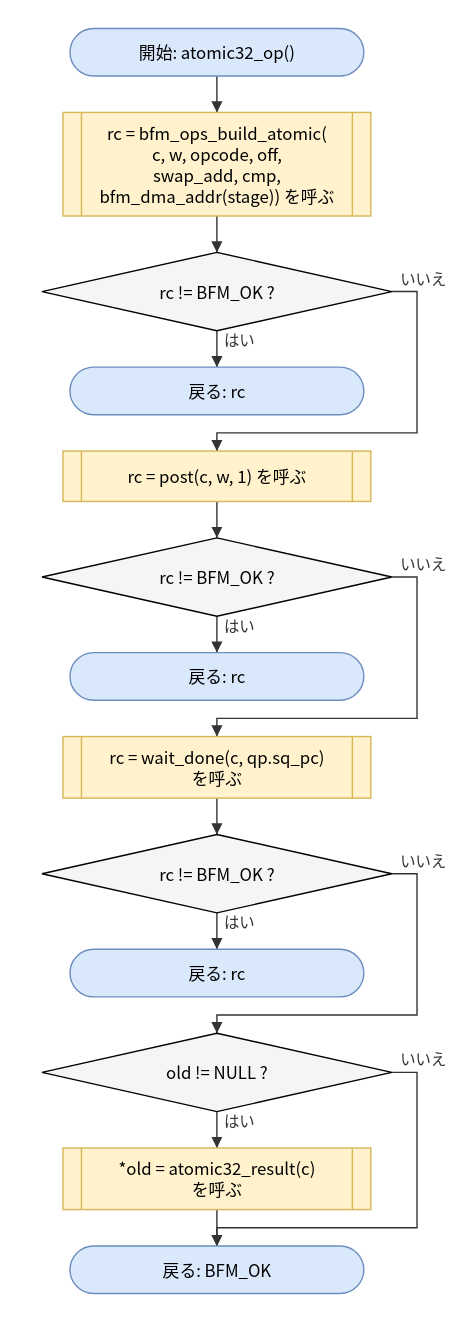
Earlier version of the draw.io export doc/spec/images/flow_src_bfm_ops-atomic32_op.drawio.svg (hf355051012-ai/bfmem). Source tidied: cells renumbered, new cells last; positions are measured from the earlier drawing's top-left corner, leaving out a move shared by most shapes.
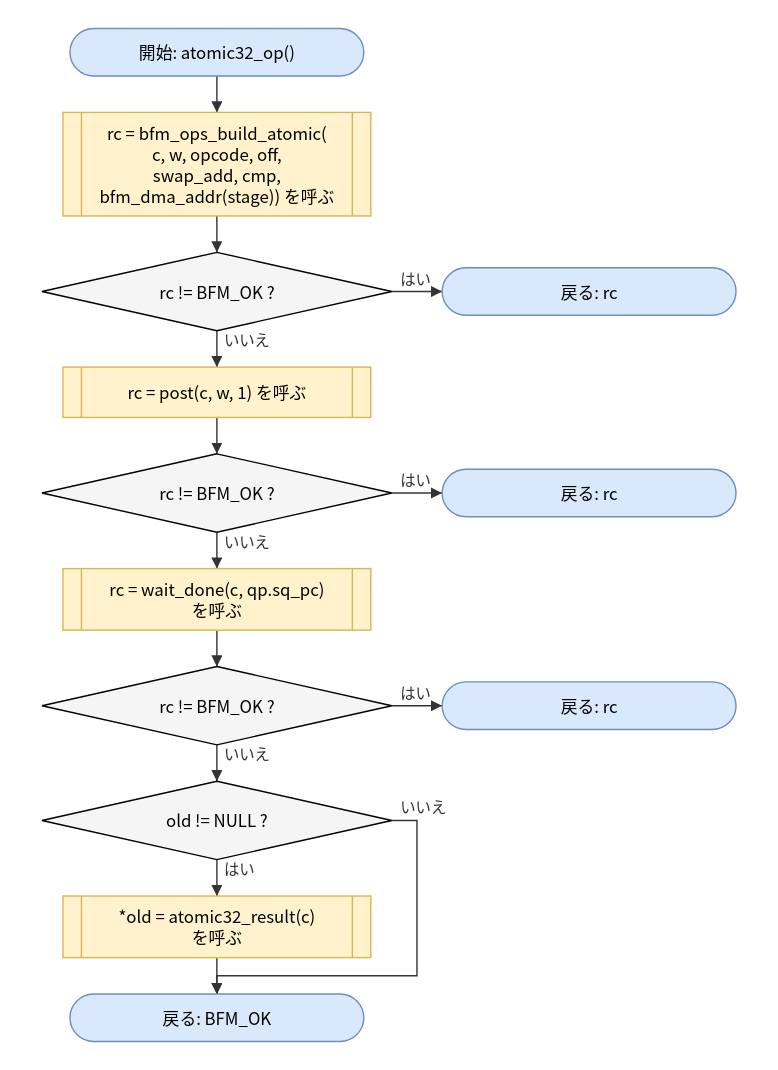
Above is the later version.

Diff of the diagram source:
```diff
@@ -12,34 +12,34 @@
       <mxGeometry y="160" width="250" height="56" as="geometry" />
     </mxCell>
     <mxCell id="5" value="戻る: rc" style="rounded=1;arcSize=50;whiteSpace=wrap;html=1;fillColor=#dae8fc;strokeColor=#6c8ebf;" parent="1" vertex="1">
-      <mxGeometry x="20" y="242" width="210" height="34" as="geometry" />
+      <mxGeometry x="286" y="171" width="210" height="34" as="geometry" />
     </mxCell>
     <mxCell id="6" value="rc = post(c, w, 1) を呼ぶ" style="shape=process;whiteSpace=wrap;html=1;backgroundOutline=1;size=0.06;fillColor=#fff2cc;strokeColor=#d6b656;" parent="1" vertex="1">
-      <mxGeometry x="15" y="302" width="220" height="36" as="geometry" />
+      <mxGeometry x="15" y="242" width="220" height="36" as="geometry" />
     </mxCell>
     <mxCell id="7" value="rc != BFM_OK ?" style="rhombus;whiteSpace=wrap;html=1;fillColor=#f5f5f5;" parent="1" vertex="1">
-      <mxGeometry y="364" width="250" height="56" as="geometry" />
+      <mxGeometry y="304" width="250" height="56" as="geometry" />
     </mxCell>
     <mxCell id="8" value="戻る: rc" style="rounded=1;arcSize=50;whiteSpace=wrap;html=1;fillColor=#dae8fc;strokeColor=#6c8ebf;" parent="1" vertex="1">
-      <mxGeometry x="20" y="446" width="210" height="34" as="geometry" />
+      <mxGeometry x="286" y="315" width="210" height="34" as="geometry" />
     </mxCell>
     <mxCell id="9" value="rc = wait_done(c, qp.sq_pc)&lt;br&gt;を呼ぶ" style="shape=process;whiteSpace=wrap;html=1;backgroundOutline=1;size=0.06;fillColor=#fff2cc;strokeColor=#d6b656;" parent="1" vertex="1">
-      <mxGeometry x="15" y="506" width="220" height="44" as="geometry" />
+      <mxGeometry x="15" y="386" width="220" height="44" as="geometry" />
     </mxCell>
     <mxCell id="10" value="rc != BFM_OK ?" style="rhombus;whiteSpace=wrap;html=1;fillColor=#f5f5f5;" parent="1" vertex="1">
-      <mxGeometry y="576" width="250" height="56" as="geometry" />
+      <mxGeometry y="456" width="250" height="56" as="geometry" />
     </mxCell>
     <mxCell id="11" value="戻る: rc" style="rounded=1;arcSize=50;whiteSpace=wrap;html=1;fillColor=#dae8fc;strokeColor=#6c8ebf;" parent="1" vertex="1">
-      <mxGeometry x="20" y="658" width="210" height="34" as="geometry" />
+      <mxGeometry x="286" y="467" width="210" height="34" as="geometry" />
     </mxCell>
     <mxCell id="12" value="old != NULL ?" style="rhombus;whiteSpace=wrap;html=1;fillColor=#f5f5f5;" parent="1" vertex="1">
-      <mxGeometry y="718" width="250" height="56" as="geometry" />
+      <mxGeometry y="538" width="250" height="56" as="geometry" />
     </mxCell>
     <mxCell id="13" value="*old = atomic32_result(c)&lt;br&gt;を呼ぶ" style="shape=process;whiteSpace=wrap;html=1;backgroundOutline=1;size=0.06;fillColor=#fff2cc;strokeColor=#d6b656;" parent="1" vertex="1">
-      <mxGeometry x="15" y="800" width="220" height="44" as="geometry" />
+      <mxGeometry x="15" y="620" width="220" height="44" as="geometry" />
     </mxCell>
     <mxCell id="14" value="戻る: BFM_OK" style="rounded=1;arcSize=50;whiteSpace=wrap;html=1;fillColor=#dae8fc;strokeColor=#6c8ebf;" parent="1" vertex="1">
-      <mxGeometry x="20" y="870" width="210" height="34" as="geometry" />
+      <mxGeometry x="20" y="690" width="210" height="34" as="geometry" />
     </mxCell>
     <mxCell id="15" style="edgeStyle=none;html=1;rounded=0;endArrow=block;endFill=1;exitX=0.5000;exitY=1.0000;exitDx=0;exitDy=0;exitPerimeter=0;entryX=0.5000;entryY=0.0000;entryDx=0;entryDy=0;entryPerimeter=0;" parent="1" edge="1" source="2" target="3">
       <mxGeometry relative="1" as="geometry" />
@@ -47,47 +47,29 @@
     <mxCell id="16" style="edgeStyle=none;html=1;rounded=0;endArrow=block;endFill=1;exitX=0.5000;exitY=1.0000;exitDx=0;exitDy=0;exitPerimeter=0;entryX=0.5000;entryY=0.0000;entryDx=0;entryDy=0;entryPerimeter=0;" parent="1" edge="1" source="3" target="4">
       <mxGeometry relative="1" as="geometry" />
     </mxCell>
-    <mxCell id="17" value="はい" style="edgeStyle=none;html=1;rounded=0;endArrow=block;endFill=1;exitX=0.5000;exitY=1.0000;exitDx=0;exitDy=0;exitPerimeter=0;entryX=0.5000;entryY=0.0000;entryDx=0;entryDy=0;entryPerimeter=0;" parent="1" edge="1" source="4" target="5">
+    <mxCell id="17" value="はい" style="edgeStyle=none;html=1;rounded=0;endArrow=block;endFill=1;exitX=1.0000;exitY=0.5000;exitDx=0;exitDy=0;exitPerimeter=0;entryX=0.0000;entryY=0.5000;entryDx=0;entryDy=0;entryPerimeter=0;" parent="1" edge="1" source="4" target="5">
       <mxGeometry relative="1" as="geometry" />
     </mxCell>
-    <mxCell id="18" value="いいえ" style="edgeStyle=none;html=1;rounded=0;endArrow=block;endFill=1;exitX=1.0000;exitY=0.5000;exitDx=0;exitDy=0;exitPerimeter=0;entryX=0.5000;entryY=0.0000;entryDx=0;entryDy=0;entryPerimeter=0;" parent="1" edge="1" source="4" target="6">
-      <mxGeometry relative="1" as="geometry">
-        <Array as="points">
-          <mxPoint x="268" y="188" />
-          <mxPoint x="268" y="289" />
-          <mxPoint x="125" y="289" />
-        </Array>
-      </mxGeometry>
+    <mxCell id="18" value="いいえ" style="edgeStyle=none;html=1;rounded=0;endArrow=block;endFill=1;exitX=0.5000;exitY=1.0000;exitDx=0;exitDy=0;exitPerimeter=0;entryX=0.5000;entryY=0.0000;entryDx=0;entryDy=0;entryPerimeter=0;" parent="1" edge="1" source="4" target="6">
+      <mxGeometry relative="1" as="geometry" />
     </mxCell>
     <mxCell id="19" style="edgeStyle=none;html=1;rounded=0;endArrow=block;endFill=1;exitX=0.5000;exitY=1.0000;exitDx=0;exitDy=0;exitPerimeter=0;entryX=0.5000;entryY=0.0000;entryDx=0;entryDy=0;entryPerimeter=0;" parent="1" edge="1" source="6" target="7">
       <mxGeometry relative="1" as="geometry" />
     </mxCell>
-    <mxCell id="20" value="はい" style="edgeStyle=none;html=1;rounded=0;endArrow=block;endFill=1;exitX=0.5000;exitY=1.0000;exitDx=0;exitDy=0;exitPerimeter=0;entryX=0.5000;entryY=0.0000;entryDx=0;entryDy=0;entryPerimeter=0;" parent="1" edge="1" source="7" target="8">
+    <mxCell id="20" value="はい" style="edgeStyle=none;html=1;rounded=0;endArrow=block;endFill=1;exitX=1.0000;exitY=0.5000;exitDx=0;exitDy=0;exitPerimeter=0;entryX=0.0000;entryY=0.5000;entryDx=0;entryDy=0;entryPerimeter=0;" parent="1" edge="1" source="7" target="8">
       <mxGeometry relative="1" as="geometry" />
     </mxCell>
-    <mxCell id="21" value="いいえ" style="edgeStyle=none;html=1;rounded=0;endArrow=block;endFill=1;exitX=1.0000;exitY=0.5000;exitDx=0;exitDy=0;exitPerimeter=0;entryX=0.5000;entryY=0.0000;entryDx=0;entryDy=0;entryPerimeter=0;" parent="1" edge="1" source="7" target="9">
-      <mxGeometry relative="1" as="geometry">
-        <Array as="points">
-          <mxPoint x="268" y="392" />
-          <mxPoint x="268" y="493" />
-          <mxPoint x="125" y="493" />
-        </Array>
-      </mxGeometry>
+    <mxCell id="21" value="いいえ" style="edgeStyle=none;html=1;rounded=0;endArrow=block;endFill=1;exitX=0.5000;exitY=1.0000;exitDx=0;exitDy=0;exitPerimeter=0;entryX=0.5000;entryY=0.0000;entryDx=0;entryDy=0;entryPerimeter=0;" parent="1" edge="1" source="7" target="9">
+      <mxGeometry relative="1" as="geometry" />
     </mxCell>
     <mxCell id="22" style="edgeStyle=none;html=1;rounded=0;endArrow=block;endFill=1;exitX=0.5000;exitY=1.0000;exitDx=0;exitDy=0;exitPerimeter=0;entryX=0.5000;entryY=0.0000;entryDx=0;entryDy=0;entryPerimeter=0;" parent="1" edge="1" source="9" target="10">
       <mxGeometry relative="1" as="geometry" />
     </mxCell>
-    <mxCell id="23" value="はい" style="edgeStyle=none;html=1;rounded=0;endArrow=block;endFill=1;exitX=0.5000;exitY=1.0000;exitDx=0;exitDy=0;exitPerimeter=0;entryX=0.5000;entryY=0.0000;entryDx=0;entryDy=0;entryPerimeter=0;" parent="1" edge="1" source="10" target="11">
+    <mxCell id="23" value="はい" style="edgeStyle=none;html=1;rounded=0;endArrow=block;endFill=1;exitX=1.0000;exitY=0.5000;exitDx=0;exitDy=0;exitPerimeter=0;entryX=0.0000;entryY=0.5000;entryDx=0;entryDy=0;entryPerimeter=0;" parent="1" edge="1" source="10" target="11">
       <mxGeometry relative="1" as="geometry" />
     </mxCell>
-    <mxCell id="24" value="いいえ" style="edgeStyle=none;html=1;rounded=0;endArrow=block;endFill=1;exitX=1.0000;exitY=0.5000;exitDx=0;exitDy=0;exitPerimeter=0;entryX=0.5000;entryY=0.0000;entryDx=0;entryDy=0;entryPerimeter=0;" parent="1" edge="1" source="10" target="12">
-      <mxGeometry relative="1" as="geometry">
-        <Array as="points">
-          <mxPoint x="268" y="604" />
-          <mxPoint x="268" y="705" />
-          <mxPoint x="125" y="705" />
-        </Array>
-      </mxGeometry>
+    <mxCell id="24" value="いいえ" style="edgeStyle=none;html=1;rounded=0;endArrow=block;endFill=1;exitX=0.5000;exitY=1.0000;exitDx=0;exitDy=0;exitPerimeter=0;entryX=0.5000;entryY=0.0000;entryDx=0;entryDy=0;entryPerimeter=0;" parent="1" edge="1" source="10" target="12">
+      <mxGeometry relative="1" as="geometry" />
     </mxCell>
     <mxCell id="25" value="はい" style="edgeStyle=none;html=1;rounded=0;endArrow=block;endFill=1;exitX=0.5000;exitY=1.0000;exitDx=0;exitDy=0;exitPerimeter=0;entryX=0.5000;entryY=0.0000;entryDx=0;entryDy=0;entryPerimeter=0;" parent="1" edge="1" source="12" target="13">
       <mxGeometry relative="1" as="geometry" />
@@ -98,9 +80,9 @@
     <mxCell id="27" value="いいえ" style="edgeStyle=none;html=1;rounded=0;endArrow=block;endFill=1;exitX=1.0000;exitY=0.5000;exitDx=0;exitDy=0;exitPerimeter=0;entryX=0.5000;entryY=0.0000;entryDx=0;entryDy=0;entryPerimeter=0;" parent="1" edge="1" source="12" target="14">
       <mxGeometry relative="1" as="geometry">
         <Array as="points">
-          <mxPoint x="268" y="746" />
-          <mxPoint x="268" y="857" />
-          <mxPoint x="125" y="857" />
+          <mxPoint x="268" y="566" />
+          <mxPoint x="268" y="677" />
+          <mxPoint x="125" y="677" />
         </Array>
       </mxGeometry>
     </mxCell>
```
